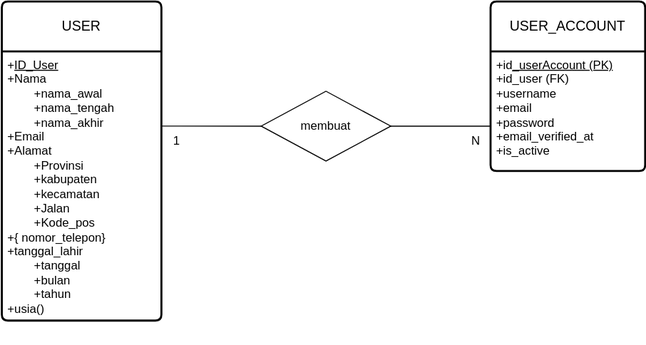
The draw.io diagram docs/erd.drawio.svg in ardiansyah-sweng/duweet, before a commit. Source tidied: cells renumbered, new cells last; positions are measured from the earlier drawing's top-left corner, leaving out a move shared by most shapes.
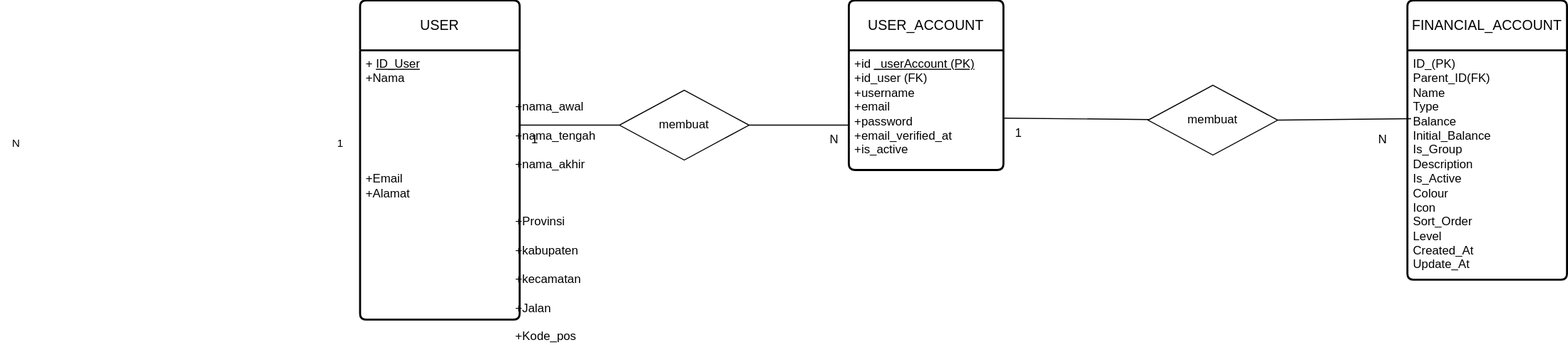
Later version of the same file.

Diff of the diagram source:
```diff
@@ -34,5 +34,32 @@
     <mxCell id="11" value="N" style="text;html=1;align=center;verticalAlign=middle;strokeColor=none;fillColor=none;" parent="1" vertex="1">
       <mxGeometry x="460" y="125" width="30" height="30" as="geometry" />
     </mxCell>
+    <mxCell id="12" value="FINANCIAL_ACCOUNT" style="swimlane;horizontal=1;startSize=50;rounded=1;fontSize=14;fontStyle=0;strokeWidth=2;shadow=0;dashed=0;align=center;arcSize=4;whiteSpace=wrap;html=1;" parent="1" vertex="1">
+      <mxGeometry x="1050" width="160" height="280" as="geometry" />
+    </mxCell>
+    <mxCell id="13" value="&lt;div&gt;&lt;div&gt;ID_(PK)&lt;/div&gt;&lt;/div&gt;&lt;div&gt;Parent_ID(FK)&lt;/div&gt;&lt;div&gt;Name&lt;/div&gt;&lt;div&gt;Type&lt;/div&gt;&lt;div&gt;Balance&lt;/div&gt;&lt;div&gt;Initial_Balance&lt;/div&gt;&lt;div&gt;Is_Group&lt;/div&gt;&lt;div&gt;Description&lt;/div&gt;&lt;div&gt;Is_Active&lt;/div&gt;&lt;div&gt;Colour&lt;/div&gt;&lt;div&gt;Icon&lt;/div&gt;&lt;div&gt;Sort_Order&lt;/div&gt;&lt;div&gt;Level&lt;/div&gt;&lt;div&gt;Created_At&lt;/div&gt;&lt;div&gt;Update_At&lt;/div&gt;" style="align=left;strokeColor=none;fillColor=none;spacingLeft=4;fontSize=12;verticalAlign=top;html=1;" parent="12" vertex="1">
+      <mxGeometry y="50" width="160" height="230" as="geometry" />
+    </mxCell>
+    <mxCell id="14" value="membuat" style="rhombus;whiteSpace=wrap;html=1;" parent="1" vertex="1">
+      <mxGeometry x="790" y="85" width="130" height="70" as="geometry" />
+    </mxCell>
+    <mxCell id="15" value="1" style="text;html=1;align=center;verticalAlign=middle;strokeColor=none;fillColor=none;fontFamily=Helvetica;fontSize=11;fontColor=default;labelBackgroundColor=default;" parent="1" vertex="1">
+      <mxGeometry x="-35" y="128" width="30" height="30" as="geometry" />
+    </mxCell>
+    <mxCell id="16" value="N" style="text;html=1;align=center;verticalAlign=middle;strokeColor=none;fillColor=none;fontFamily=Helvetica;fontSize=11;fontColor=default;labelBackgroundColor=default;" parent="1" vertex="1">
+      <mxGeometry x="-360" y="128" width="30" height="30" as="geometry" />
+    </mxCell>
+    <mxCell id="17" style="edgeStyle=none;html=1;exitX=1;exitY=0.5;exitDx=0;exitDy=0;entryX=0.023;entryY=0.298;entryDx=0;entryDy=0;entryPerimeter=0;endArrow=none;endFill=0;" parent="1" edge="1" source="14" target="13">
+      <mxGeometry relative="1" as="geometry" />
+    </mxCell>
+    <mxCell id="18" style="edgeStyle=none;html=1;entryX=0.01;entryY=-0.002;entryDx=0;entryDy=0;entryPerimeter=0;endArrow=none;endFill=0;" parent="1" edge="1" source="14" target="19">
+      <mxGeometry relative="1" as="geometry" />
+    </mxCell>
+    <mxCell id="19" value="1" style="text;html=1;align=center;verticalAlign=middle;points=[];strokeColor=none;fillColor=none;" parent="1" vertex="1">
+      <mxGeometry x="645" y="118" width="30" height="30" as="geometry" />
+    </mxCell>
+    <mxCell id="20" value="N" style="text;html=1;align=center;verticalAlign=middle;strokeColor=none;fillColor=none;" parent="1" vertex="1">
+      <mxGeometry x="1010" y="125" width="30" height="30" as="geometry" />
+    </mxCell>
   </root>
 </mxGraphModel>
```
